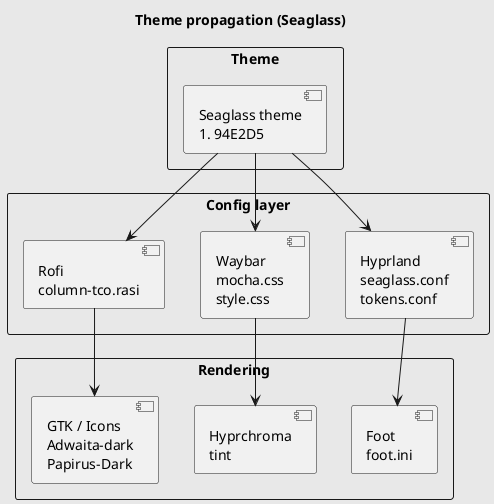
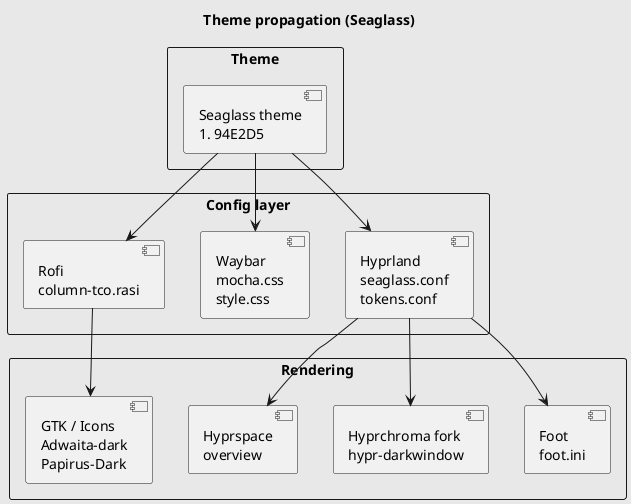
@startuml
title Theme propagation (Seaglass)

skinparam backgroundColor #E8E8E8

rectangle "Theme" {
  [Seaglass theme\n#94E2D5] as theme
}

rectangle "Config layer" {
  [Hyprland\nseaglass.conf\ntokens.conf] as hypr
  [Waybar\nmocha.css\nstyle.css] as waybar
  [Rofi\ncolumn-tco.rasi] as rofi
}

rectangle "Rendering" {
  [Foot\nfoot.ini] as foot
-   [Hyprchroma\ntint] as hyprchroma
+   [Hyprchroma fork\nhypr-darkwindow] as hyprchroma
+   [Hyprspace\noverview] as hyprspace
  [GTK / Icons\nAdwaita-dark\nPapirus-Dark] as gtk
}

theme --> hypr
theme --> waybar
theme --> rofi
hypr --> foot
- waybar --> hyprchroma
+ hypr --> hyprchroma
+ hypr --> hyprspace
rofi --> gtk

@enduml
